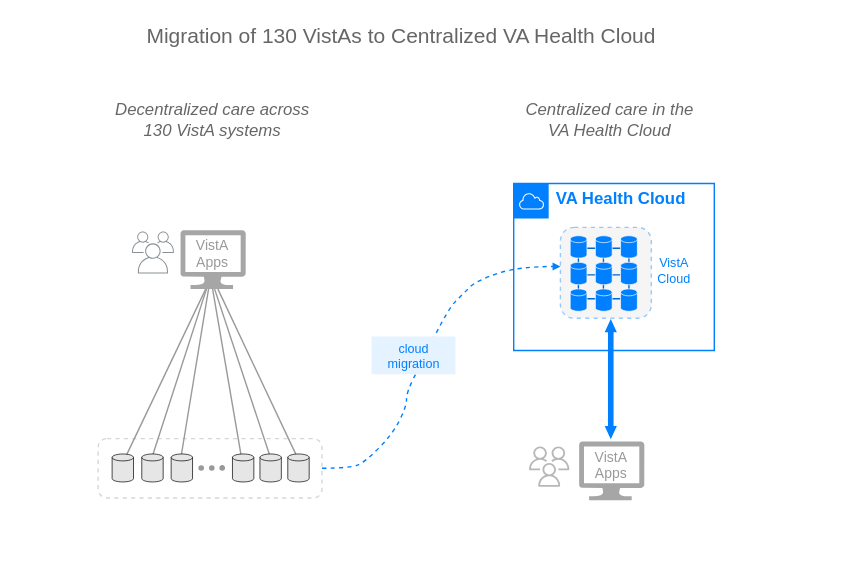
Above: img/vista-to-vaec-5.svg in cloudvista/vaa (draw.io), before the change. Source tidied: cells renumbered, new cells last; positions are measured from the earlier drawing's top-left corner, leaving out a move shared by most shapes.
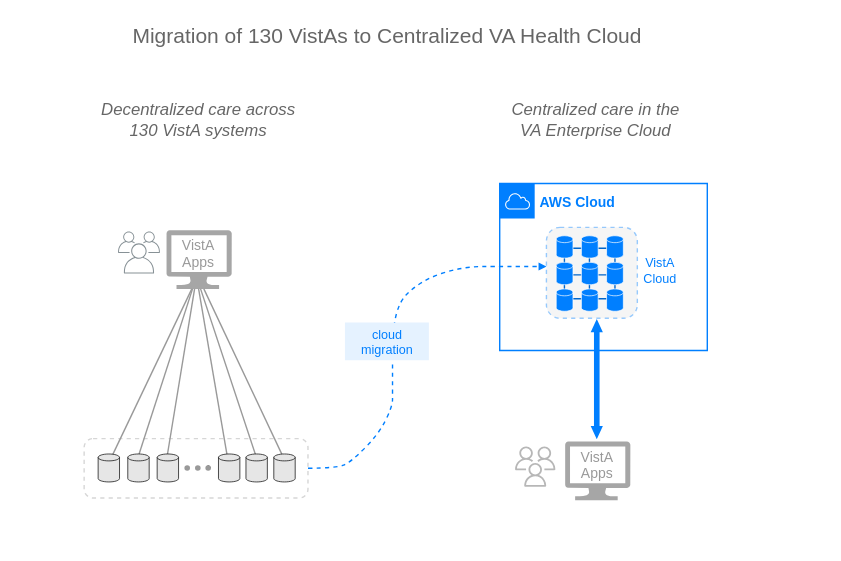
After the commit.

What changed in the source:
```diff
@@ -3,7 +3,7 @@
     <mxCell id="0" />
     <mxCell id="1" parent="0" />
     <mxCell id="2" style="rounded=0;whiteSpace=wrap;html=1;fontColor=#0066CC;strokeColor=none;" parent="1" vertex="1">
-      <mxGeometry width="600" height="400" as="geometry" />
+      <mxGeometry x="10" width="600" height="400" as="geometry" />
     </mxCell>
     <mxCell id="3" style="sketch=0;shadow=0;dashed=0;html=1;strokeColor=none;labelPosition=center;verticalLabelPosition=bottom;verticalAlign=top;align=center;fillColor=#808080;shape=mxgraph.azure.computer;strokeWidth=2;opacity=70;" parent="1" vertex="1">
       <mxGeometry x="128.4" y="164" width="46.7" height="42" as="geometry" />
@@ -66,10 +66,10 @@
       <mxGeometry x="93.8" y="165" width="30" height="30" as="geometry" />
     </mxCell>
     <mxCell id="18" style="gradientColor=none;html=1;whiteSpace=wrap;fontSize=12;fontStyle=0;shape=mxgraph.aws4.group;grIcon=mxgraph.aws4.group_aws_cloud;strokeColor=#007FFF;fillColor=none;verticalAlign=top;align=left;spacingLeft=30;fontColor=#232F3E;dashed=0;" parent="1" vertex="1">
-      <mxGeometry x="366.6" y="130.7" width="143.4" height="119.3" as="geometry" />
+      <mxGeometry x="366.6" y="130.7" width="148.4" height="119.3" as="geometry" />
     </mxCell>
-    <mxCell id="19" value="&lt;b&gt;&lt;font color=&quot;#007fff&quot; style=&quot;font-size: 12px;&quot;&gt;VA Health Cloud&lt;/font&gt;&lt;/b&gt;" style="text;html=1;align=center;verticalAlign=middle;strokeColor=none;fillColor=none;fontColor=#0066CC;labelBackgroundColor=default;" parent="18" vertex="1">
-      <mxGeometry x="16.4" y="-4" width="120" height="30" as="geometry" />
+    <mxCell id="19" value="&lt;font color=&quot;#007fff&quot; style=&quot;font-size: 10px;&quot;&gt;&lt;b style=&quot;font-size: 10px;&quot;&gt;AWS Cloud&lt;/b&gt;&lt;/font&gt;" style="text;html=1;align=center;verticalAlign=middle;strokeColor=none;fillColor=none;fontColor=#0066CC;labelBackgroundColor=default;fontSize=10;" parent="18" vertex="1">
+      <mxGeometry x="15.4" y="-2" width="80" height="30" as="geometry" />
     </mxCell>
     <mxCell id="20" style="group;" parent="18" vertex="1">
       <mxGeometry x="40.4" y="37.3" width="60" height="60" as="geometry" />
@@ -188,16 +188,15 @@
           <mxPoint x="280" y="310" />
           <mxPoint x="290" y="290" />
           <mxPoint x="290" y="280" />
-          <mxPoint x="300" y="260" />
-          <mxPoint x="320" y="220" />
-          <mxPoint x="330" y="210" />
-          <mxPoint x="340" y="200" />
+          <mxPoint x="290" y="220" />
+          <mxPoint x="310" y="200" />
+          <mxPoint x="340" y="190" />
           <mxPoint x="370" y="190" />
         </Array>
       </mxGeometry>
     </mxCell>
     <mxCell id="51" style="group;" parent="1" vertex="1">
-      <mxGeometry x="265" y="240" width="60" height="33.5" as="geometry" />
+      <mxGeometry x="256" y="230" width="60" height="33.5" as="geometry" />
     </mxCell>
     <mxCell id="52" style="rounded=0;whiteSpace=wrap;html=1;strokeColor=none;" parent="51" vertex="1">
       <mxGeometry width="60" height="27" as="geometry" />
@@ -208,7 +207,7 @@
     <mxCell id="54" value="cloud&lt;br&gt;migration" style="text;html=1;align=center;verticalAlign=middle;strokeColor=none;fillColor=none;fontColor=#007FFF;fontSize=9;" parent="51" vertex="1">
       <mxGeometry y="-6.5" width="60" height="40" as="geometry" />
     </mxCell>
-    <mxCell id="55" value="Centralized care in the&lt;br&gt;VA Health Cloud" style="text;html=1;align=center;verticalAlign=middle;strokeColor=none;fillColor=none;fontStyle=2;fontColor=#666666;" parent="1" vertex="1">
+    <mxCell id="55" value="Centralized care in the&lt;br&gt;VA Enterprise Cloud" style="text;html=1;align=center;verticalAlign=middle;strokeColor=none;fillColor=none;fontStyle=2;fontColor=#666666;" parent="1" vertex="1">
       <mxGeometry x="365" y="65" width="140" height="40" as="geometry" />
     </mxCell>
   </root>
```
